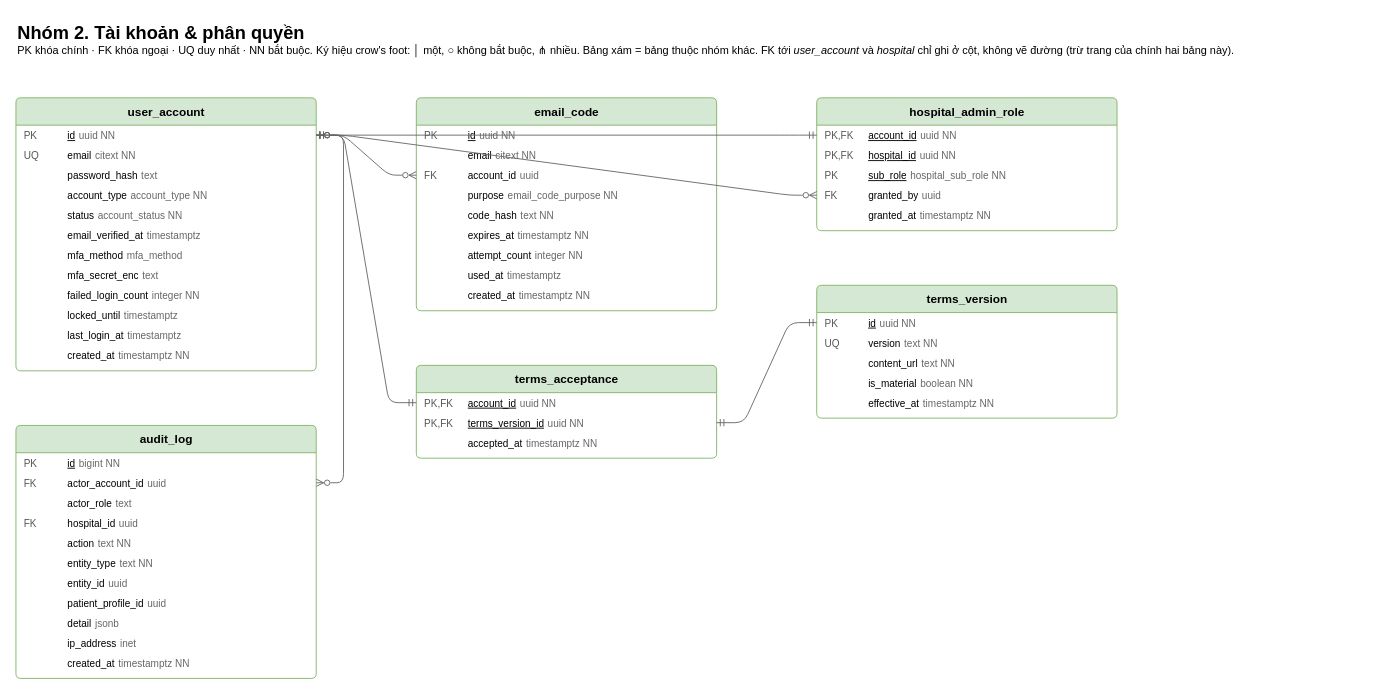
Before: page "02. Tài khoản & phân quyền" (4 of 16) of docs/design/erd_diagram.drawio in NguyenHuuPhuc-Dev21/HealthCareSystem, a draw.io diagram. Source tidied: cells renumbered, new cells numbered last; positions are measured from the earlier drawing's top-left corner, leaving out a move shared by most shapes. Both pictures are drawn from the tidied source at 91%, with x=0, y=0 at pixel (15, 15).
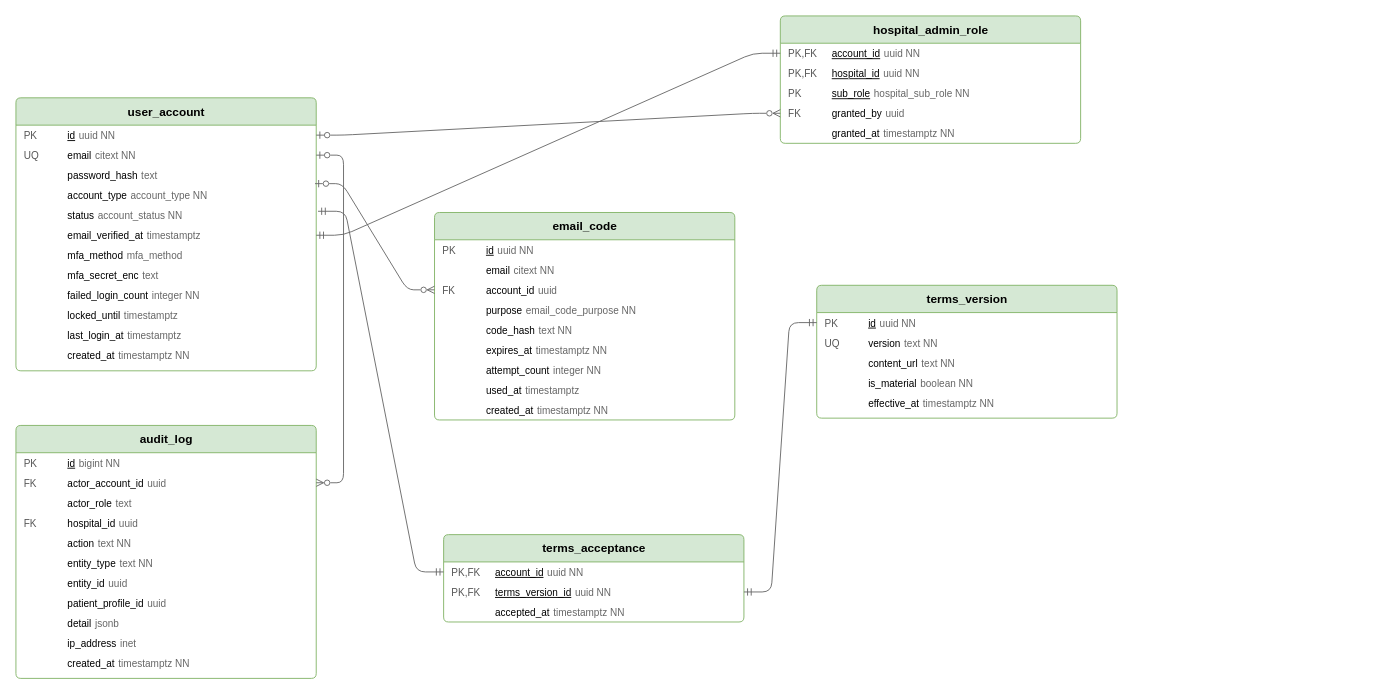
Above is the later version.

The change refers to these unchanged cells:
```xml
<mxCell id="4" value="&lt;table style=&quot;width:100%;font-size:11px&quot;&gt;&lt;tr&gt;&lt;td style=&quot;width:44px;color:#555&quot;&gt;PK&lt;/td&gt;&lt;td&gt;&lt;u&gt;id&lt;/u&gt;&lt;/td&gt;&lt;td style=&quot;text-align:right;color:#666&quot;&gt;uuid NN&lt;/td&gt;&lt;/tr&gt;&lt;/table&gt;" style="text;html=1;strokeColor=none;fillColor=none;align=left;verticalAlign=middle;spacingLeft=4;spacingRight=4;overflow=hidden;points=[[0,0.5],[1,0.5]];portConstraint=eastwest;fontSize=11;" parent="3" vertex="1">
  <mxGeometry y="30" width="330" height="22" as="geometry" />
</mxCell>
<mxCell id="5" value="&lt;table style=&quot;width:100%;font-size:11px&quot;&gt;&lt;tr&gt;&lt;td style=&quot;width:44px;color:#555&quot;&gt;UQ&lt;/td&gt;&lt;td&gt;email&lt;/td&gt;&lt;td style=&quot;text-align:right;color:#666&quot;&gt;citext NN&lt;/td&gt;&lt;/tr&gt;&lt;/table&gt;" style="text;html=1;strokeColor=none;fillColor=none;align=left;verticalAlign=middle;spacingLeft=4;spacingRight=4;overflow=hidden;points=[[0,0.5],[1,0.5]];portConstraint=eastwest;fontSize=11;" parent="3" vertex="1">
  <mxGeometry y="52" width="330" height="22" as="geometry" />
</mxCell>
<mxCell id="6" value="&lt;table style=&quot;width:100%;font-size:11px&quot;&gt;&lt;tr&gt;&lt;td style=&quot;width:44px;color:#555&quot;&gt;&lt;/td&gt;&lt;td&gt;password_hash&lt;/td&gt;&lt;td style=&quot;text-align:right;color:#666&quot;&gt;text&lt;/td&gt;&lt;/tr&gt;&lt;/table&gt;" style="text;html=1;strokeColor=none;fillColor=none;align=left;verticalAlign=middle;spacingLeft=4;spacingRight=4;overflow=hidden;points=[[0,0.5],[1,0.5]];portConstraint=eastwest;fontSize=11;" parent="3" vertex="1">
  <mxGeometry y="74" width="330" height="22" as="geometry" />
</mxCell>
<mxCell id="8" value="&lt;table style=&quot;width:100%;font-size:11px&quot;&gt;&lt;tr&gt;&lt;td style=&quot;width:44px;color:#555&quot;&gt;&lt;/td&gt;&lt;td&gt;status&lt;/td&gt;&lt;td style=&quot;text-align:right;color:#666&quot;&gt;account_status NN&lt;/td&gt;&lt;/tr&gt;&lt;/table&gt;" style="text;html=1;strokeColor=none;fillColor=none;align=left;verticalAlign=middle;spacingLeft=4;spacingRight=4;overflow=hidden;points=[[0,0.5],[1,0.5]];portConstraint=eastwest;fontSize=11;" parent="3" vertex="1">
  <mxGeometry y="118" width="330" height="22" as="geometry" />
</mxCell>
<mxCell id="9" value="&lt;table style=&quot;width:100%;font-size:11px&quot;&gt;&lt;tr&gt;&lt;td style=&quot;width:44px;color:#555&quot;&gt;&lt;/td&gt;&lt;td&gt;email_verified_at&lt;/td&gt;&lt;td style=&quot;text-align:right;color:#666&quot;&gt;timestamptz&lt;/td&gt;&lt;/tr&gt;&lt;/table&gt;" style="text;html=1;strokeColor=none;fillColor=none;align=left;verticalAlign=middle;spacingLeft=4;spacingRight=4;overflow=hidden;points=[[0,0.5],[1,0.5]];portConstraint=eastwest;fontSize=11;" parent="3" vertex="1">
  <mxGeometry y="140" width="330" height="22" as="geometry" />
</mxCell>
<mxCell id="19" value="&lt;table style=&quot;width:100%;font-size:11px&quot;&gt;&lt;tr&gt;&lt;td style=&quot;width:44px;color:#555&quot;&gt;FK&lt;/td&gt;&lt;td&gt;account_id&lt;/td&gt;&lt;td style=&quot;text-align:right;color:#666&quot;&gt;uuid&lt;/td&gt;&lt;/tr&gt;&lt;/table&gt;" style="text;html=1;strokeColor=none;fillColor=none;align=left;verticalAlign=middle;spacingLeft=4;spacingRight=4;overflow=hidden;points=[[0,0.5],[1,0.5]];portConstraint=eastwest;fontSize=11;" parent="16" vertex="1">
  <mxGeometry y="74" width="330" height="22" as="geometry" />
</mxCell>
<mxCell id="27" value="&lt;table style=&quot;width:100%;font-size:11px&quot;&gt;&lt;tr&gt;&lt;td style=&quot;width:44px;color:#555&quot;&gt;PK,FK&lt;/td&gt;&lt;td&gt;&lt;u&gt;account_id&lt;/u&gt;&lt;/td&gt;&lt;td style=&quot;text-align:right;color:#666&quot;&gt;uuid NN&lt;/td&gt;&lt;/tr&gt;&lt;/table&gt;" style="text;html=1;strokeColor=none;fillColor=none;align=left;verticalAlign=middle;spacingLeft=4;spacingRight=4;overflow=hidden;points=[[0,0.5],[1,0.5]];portConstraint=eastwest;fontSize=11;" parent="26" vertex="1">
  <mxGeometry y="30" width="330" height="22" as="geometry" />
</mxCell>
<mxCell id="39" value="&lt;table style=&quot;width:100%;font-size:11px&quot;&gt;&lt;tr&gt;&lt;td style=&quot;width:44px;color:#555&quot;&gt;PK,FK&lt;/td&gt;&lt;td&gt;&lt;u&gt;account_id&lt;/u&gt;&lt;/td&gt;&lt;td style=&quot;text-align:right;color:#666&quot;&gt;uuid NN&lt;/td&gt;&lt;/tr&gt;&lt;/table&gt;" style="text;html=1;strokeColor=none;fillColor=none;align=left;verticalAlign=middle;spacingLeft=4;spacingRight=4;overflow=hidden;points=[[0,0.5],[1,0.5]];portConstraint=eastwest;fontSize=11;" parent="38" vertex="1">
  <mxGeometry y="30" width="330" height="22" as="geometry" />
</mxCell>
<mxCell id="44" value="&lt;table style=&quot;width:100%;font-size:11px&quot;&gt;&lt;tr&gt;&lt;td style=&quot;width:44px;color:#555&quot;&gt;FK&lt;/td&gt;&lt;td&gt;actor_account_id&lt;/td&gt;&lt;td style=&quot;text-align:right;color:#666&quot;&gt;uuid&lt;/td&gt;&lt;/tr&gt;&lt;/table&gt;" style="text;html=1;strokeColor=none;fillColor=none;align=left;verticalAlign=middle;spacingLeft=4;spacingRight=4;overflow=hidden;points=[[0,0.5],[1,0.5]];portConstraint=eastwest;fontSize=11;" parent="42" vertex="1">
  <mxGeometry y="52" width="330" height="22" as="geometry" />
</mxCell>
```

The edit, as a diff of the source:
```diff
@@
-    <mxCell id="2" value="&lt;b style=font-size:20px&gt;Nhóm 2. Tài khoản &amp;amp; phân quyền&lt;/b&gt;&lt;br&gt;PK khóa chính · FK khóa ngoại · UQ duy nhất · NN bắt buộc. Ký hiệu crow&amp;#39;s foot: │ một, ○ không bắt buộc, ⋔ nhiều. Bảng xám = bảng thuộc nhóm khác. FK tới &lt;i&gt;user_account&lt;/i&gt; và &lt;i&gt;hospital&lt;/i&gt; chỉ ghi ở cột, không vẽ đường (trừ trang của chính hai bảng này)." style="text;html=1;align=left;verticalAlign=top;whiteSpace=wrap;fontSize=12;" parent="1" vertex="1">
-      <mxGeometry width="1500" height="70" as="geometry" />
-    </mxCell>
@@
     <mxCell id="16" value="email_code" style="swimlane;fontStyle=1;horizontal=1;startSize=30;fillColor=#d5e8d4;strokeColor=#82b366;rounded=1;arcSize=6;fontSize=13;html=1;" parent="1" vertex="1">
-      <mxGeometry x="440" y="90" width="330" height="234" as="geometry" />
+      <mxGeometry x="460" y="216" width="330" height="228" as="geometry" />
     </mxCell>
@@
     <mxCell id="26" value="hospital_admin_role" style="swimlane;fontStyle=1;horizontal=1;startSize=30;fillColor=#d5e8d4;strokeColor=#82b366;rounded=1;arcSize=6;fontSize=13;html=1;" parent="1" vertex="1">
-      <mxGeometry x="880" y="90" width="330" height="146" as="geometry" />
+      <mxGeometry x="840" width="330" height="140" as="geometry" />
     </mxCell>
@@
     <mxCell id="38" value="terms_acceptance" style="swimlane;fontStyle=1;horizontal=1;startSize=30;fillColor=#d5e8d4;strokeColor=#82b366;rounded=1;arcSize=6;fontSize=13;html=1;" parent="1" vertex="1">
-      <mxGeometry x="440" y="384" width="330" height="102" as="geometry" />
+      <mxGeometry x="470" y="570" width="330" height="96" as="geometry" />
     </mxCell>
@@
-    <mxCell id="54" style="edgeStyle=entityRelationEdgeStyle;fontSize=12;html=1;endArrow=ERzeroToOne;startArrow=ERzeroToMany;endFill=0;startFill=0;strokeColor=#666666;rounded=1;" parent="1" edge="1" source="19" target="4">
+    <mxCell id="54" style="edgeStyle=entityRelationEdgeStyle;fontSize=12;html=1;endArrow=ERzeroToOne;startArrow=ERzeroToMany;endFill=0;startFill=0;strokeColor=#666666;rounded=1;entryX=0.996;entryY=0.923;entryDx=0;entryDy=0;entryPerimeter=0;" parent="1" edge="1" source="19" target="6">
       <mxGeometry relative="1" as="geometry" />
     </mxCell>
-    <mxCell id="55" style="edgeStyle=entityRelationEdgeStyle;fontSize=12;html=1;endArrow=ERmandOne;startArrow=ERmandOne;endFill=0;startFill=0;strokeColor=#666666;rounded=1;" parent="1" edge="1" source="27" target="4">
+    <mxCell id="55" style="edgeStyle=entityRelationEdgeStyle;fontSize=12;html=1;endArrow=ERmandOne;startArrow=ERmandOne;endFill=0;startFill=0;strokeColor=#666666;rounded=1;entryX=1;entryY=0.5;entryDx=0;entryDy=0;" parent="1" edge="1" source="27" target="9">
       <mxGeometry relative="1" as="geometry" />
     </mxCell>
@@
-    <mxCell id="57" style="edgeStyle=entityRelationEdgeStyle;fontSize=12;html=1;endArrow=ERmandOne;startArrow=ERmandOne;endFill=0;startFill=0;strokeColor=#666666;rounded=1;" parent="1" edge="1" source="39" target="4">
+    <mxCell id="57" style="edgeStyle=entityRelationEdgeStyle;fontSize=12;html=1;endArrow=ERmandOne;startArrow=ERmandOne;endFill=0;startFill=0;strokeColor=#666666;rounded=1;entryX=1.006;entryY=0.303;entryDx=0;entryDy=0;entryPerimeter=0;" parent="1" edge="1" source="39" target="8">
       <mxGeometry relative="1" as="geometry" />
     </mxCell>
@@
-    <mxCell id="59" style="edgeStyle=entityRelationEdgeStyle;fontSize=12;html=1;endArrow=ERzeroToOne;startArrow=ERzeroToMany;endFill=0;startFill=0;strokeColor=#666666;rounded=1;" parent="1" edge="1" source="44" target="4">
+    <mxCell id="59" style="edgeStyle=entityRelationEdgeStyle;fontSize=12;html=1;endArrow=ERzeroToOne;startArrow=ERzeroToMany;endFill=0;startFill=0;strokeColor=#666666;rounded=1;entryX=1;entryY=0.5;entryDx=0;entryDy=0;" parent="1" edge="1" source="44" target="5">
       <mxGeometry relative="1" as="geometry" />
     </mxCell>
```
